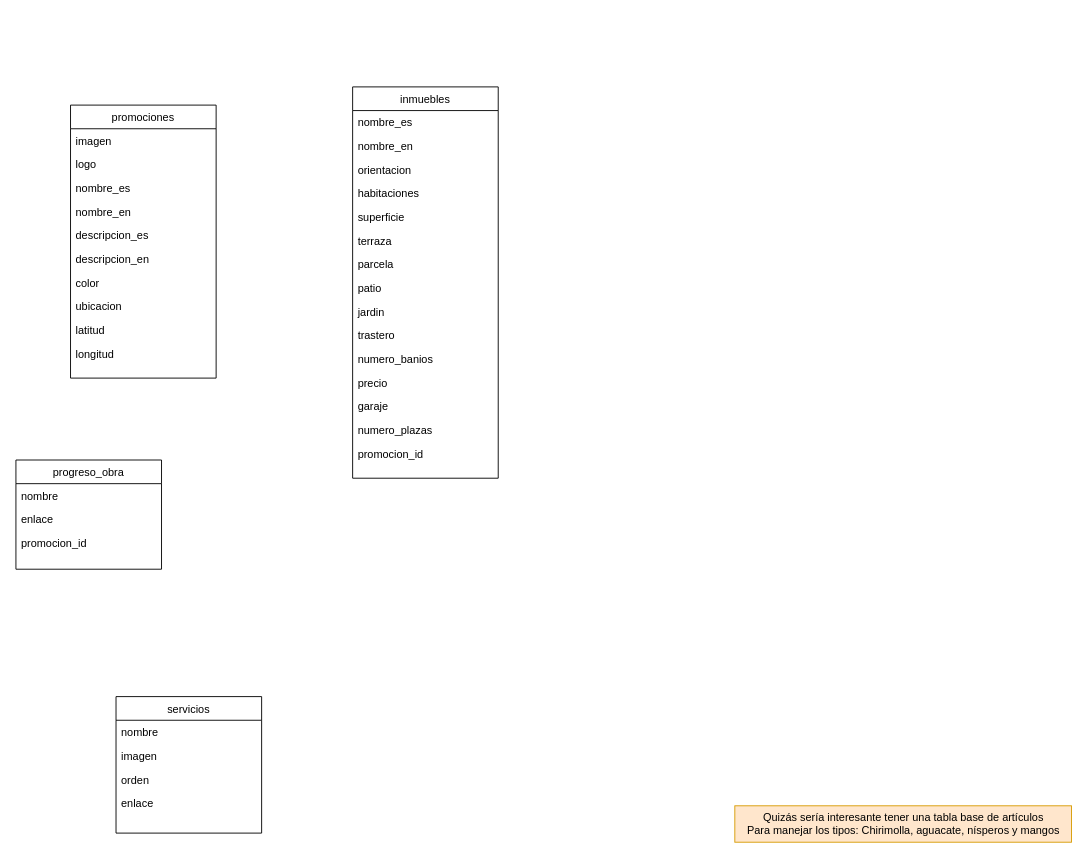
Above: Diagrama sin título.drawio in abdell1999/blog (draw.io), before the change. Source tidied: cells renumbered, new cells numbered last; positions are measured from the earlier drawing's top-left corner, leaving out a move shared by most shapes. Both pictures are drawn from the tidied source at 91%, with x=0, y=0 at pixel (15, 86).
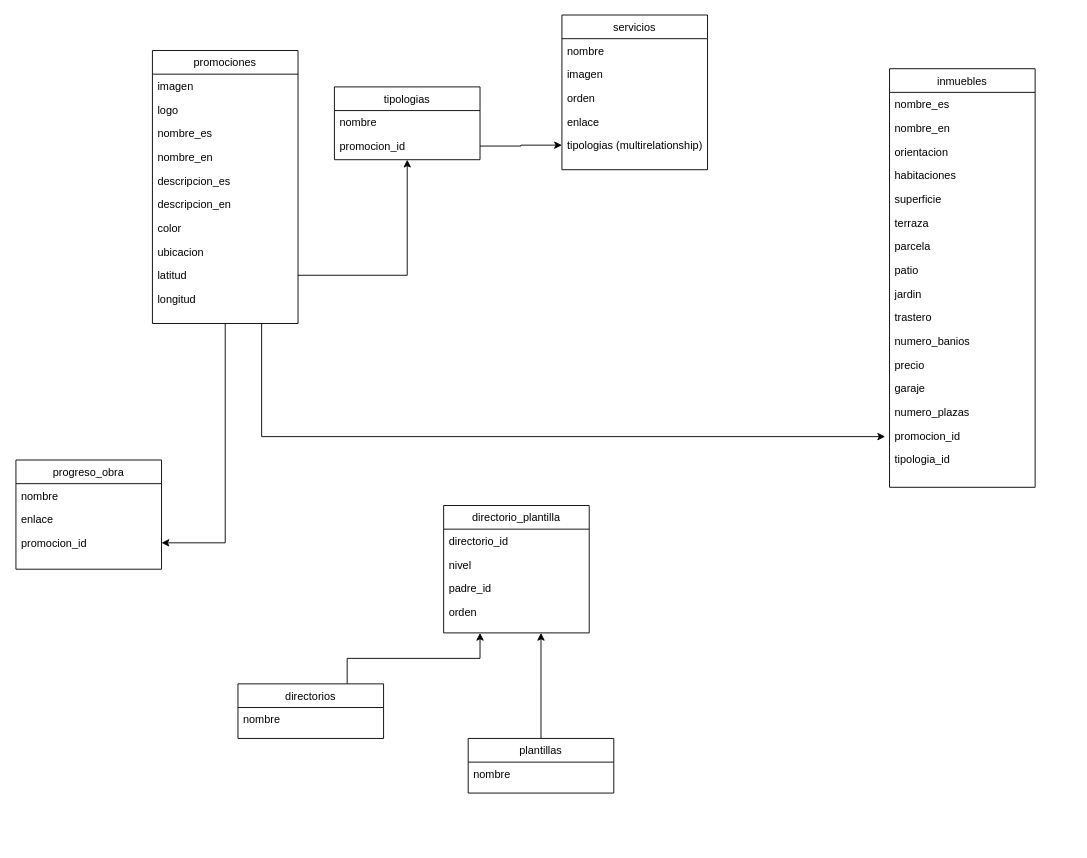
The same page after the edit.

Unchanged cells that the change refers to:
```xml
<mxCell id="11" value="latitud" style="text;align=left;verticalAlign=top;spacingLeft=4;spacingRight=4;overflow=hidden;points=[[0,0.5],[1,0.5]];portConstraint=eastwest;rounded=0;shadow=0;html=0;" parent="2" vertex="1">
  <mxGeometry y="234" width="160" height="26" as="geometry" />
</mxCell>
<mxCell id="29" value="promocion_id" style="text;align=left;verticalAlign=top;spacingLeft=4;spacingRight=4;overflow=hidden;points=[[0,0.5],[1,0.5]];portConstraint=eastwest;rounded=0;shadow=0;html=0;" parent="14" vertex="1">
  <mxGeometry y="390" width="160" height="26" as="geometry" />
</mxCell>
<mxCell id="33" value="promocion_id" style="text;align=left;verticalAlign=top;spacingLeft=4;spacingRight=4;overflow=hidden;points=[[0,0.5],[1,0.5]];portConstraint=eastwest;rounded=0;shadow=0;html=0;" parent="30" vertex="1">
  <mxGeometry y="78" width="160" height="26" as="geometry" />
</mxCell>
```

Change to the diagram source:
```diff
@@
+    <mxCell id="39" style="edgeStyle=orthogonalEdgeStyle;rounded=0;jettySize=auto;html=1;exitX=0.75;exitY=1;exitDx=0;exitDy=0;entryX=-0.03;entryY=0.55;entryDx=0;entryDy=0;entryPerimeter=0;" parent="1" edge="1" source="2" target="29">
+      <mxGeometry relative="1" as="geometry" />
+    </mxCell>
+    <mxCell id="40" style="edgeStyle=orthogonalEdgeStyle;rounded=0;jettySize=auto;html=1;exitX=0.5;exitY=1;exitDx=0;exitDy=0;entryX=1;entryY=0.5;entryDx=0;entryDy=0;" parent="1" edge="1" source="2" target="33">
+      <mxGeometry relative="1" as="geometry" />
+    </mxCell>
     <mxCell id="2" value="promociones" style="swimlane;fontStyle=0;align=center;verticalAlign=top;horizontal=1;startSize=26;rounded=0;shadow=0;strokeWidth=1;" parent="1" vertex="1">
-      <mxGeometry x="60" y="20" width="160" height="300" as="geometry" />
+      <mxGeometry x="150" y="-40" width="160" height="300" as="geometry" />
     </mxCell>
@@
-    <mxCell id="13" value="Quizás sería interesante tener una tabla base de artículos&lt;br&gt;Para manejar los tipos: Chirimolla, aguacate, nísperos y mangos" style="text;html=1;align=center;verticalAlign=middle;strokeColor=#d79b00;fillColor=#ffe6cc;" parent="1" vertex="1">
-      <mxGeometry x="790" y="790" width="370" height="40" as="geometry" />
-    </mxCell>
     <mxCell id="14" value="inmuebles" style="swimlane;fontStyle=0;align=center;verticalAlign=top;horizontal=1;startSize=26;rounded=0;shadow=0;strokeWidth=1;" parent="1" vertex="1">
-      <mxGeometry x="370" width="160" height="430" as="geometry" />
+      <mxGeometry x="960" y="-20" width="160" height="460" as="geometry" />
     </mxCell>
@@
+    <mxCell id="41" value="tipologia_id" style="text;align=left;verticalAlign=top;spacingLeft=4;spacingRight=4;overflow=hidden;rounded=0;shadow=0;html=0;" parent="14" vertex="1">
+      <mxGeometry y="416" width="160" height="26" as="geometry" />
+    </mxCell>
@@
     <mxCell id="34" value="servicios" style="swimlane;fontStyle=0;align=center;verticalAlign=top;horizontal=1;startSize=26;rounded=0;shadow=0;strokeWidth=1;" parent="1" vertex="1">
-      <mxGeometry x="110" y="670" width="160" height="150" as="geometry" />
+      <mxGeometry x="600" y="-79" width="160" height="170" as="geometry" />
     </mxCell>
@@
+    <mxCell id="42" value="tipologias (multirelationship)" style="text;align=left;verticalAlign=top;spacingLeft=4;spacingRight=4;overflow=hidden;points=[[0,0.5],[1,0.5]];portConstraint=eastwest;rounded=0;shadow=0;html=0;" parent="34" vertex="1">
+      <mxGeometry y="130" width="160" height="26" as="geometry" />
+    </mxCell>
+    <mxCell id="43" value="directorio_plantilla" style="swimlane;fontStyle=0;align=center;verticalAlign=top;horizontal=1;startSize=26;rounded=0;shadow=0;strokeWidth=1;" parent="1" vertex="1">
+      <mxGeometry x="470" y="460" width="160" height="140" as="geometry" />
+    </mxCell>
+    <mxCell id="44" value="directorio_id" style="text;align=left;verticalAlign=top;spacingLeft=4;spacingRight=4;overflow=hidden;" parent="43" vertex="1">
+      <mxGeometry y="26" width="160" height="26" as="geometry" />
+    </mxCell>
+    <mxCell id="45" value="nivel" style="text;align=left;verticalAlign=top;spacingLeft=4;spacingRight=4;overflow=hidden;rounded=0;shadow=0;html=0;" parent="43" vertex="1">
+      <mxGeometry y="52" width="160" height="26" as="geometry" />
+    </mxCell>
+    <mxCell id="46" value="padre_id" style="text;align=left;verticalAlign=top;spacingLeft=4;spacingRight=4;overflow=hidden;rounded=0;shadow=0;html=0;" parent="43" vertex="1">
+      <mxGeometry y="78" width="160" height="26" as="geometry" />
+    </mxCell>
+    <mxCell id="47" value="orden" style="text;align=left;verticalAlign=top;spacingLeft=4;spacingRight=4;overflow=hidden;rounded=0;shadow=0;html=0;" parent="43" vertex="1">
+      <mxGeometry y="104" width="160" height="26" as="geometry" />
+    </mxCell>
+    <mxCell id="48" style="edgeStyle=orthogonalEdgeStyle;rounded=0;jettySize=auto;html=1;exitX=0.75;exitY=0;exitDx=0;exitDy=0;entryX=0.25;entryY=1;entryDx=0;entryDy=0;" parent="1" edge="1" source="49" target="43">
+      <mxGeometry relative="1" as="geometry" />
+    </mxCell>
+    <mxCell id="49" value="directorios" style="swimlane;fontStyle=0;align=center;verticalAlign=top;horizontal=1;startSize=26;rounded=0;shadow=0;strokeWidth=1;" parent="1" vertex="1">
+      <mxGeometry x="244" y="656" width="160" height="60" as="geometry" />
+    </mxCell>
+    <mxCell id="50" value="nombre" style="text;align=left;verticalAlign=top;spacingLeft=4;spacingRight=4;overflow=hidden;" parent="49" vertex="1">
+      <mxGeometry y="26" width="160" height="26" as="geometry" />
+    </mxCell>
+    <mxCell id="51" style="edgeStyle=orthogonalEdgeStyle;rounded=0;jettySize=auto;html=1;exitX=0.5;exitY=0;exitDx=0;exitDy=0;" parent="1" edge="1" source="52">
+      <mxGeometry relative="1" as="geometry">
+        <mxPoint x="577" y="600" as="targetPoint" />
+      </mxGeometry>
+    </mxCell>
+    <mxCell id="52" value="plantillas" style="swimlane;fontStyle=0;align=center;verticalAlign=top;horizontal=1;startSize=26;rounded=0;shadow=0;strokeWidth=1;" parent="1" vertex="1">
+      <mxGeometry x="497" y="716" width="160" height="60" as="geometry" />
+    </mxCell>
+    <mxCell id="53" value="nombre" style="text;align=left;verticalAlign=top;spacingLeft=4;spacingRight=4;overflow=hidden;" parent="52" vertex="1">
+      <mxGeometry y="26" width="160" height="26" as="geometry" />
+    </mxCell>
+    <mxCell id="54" value="tipologias" style="swimlane;fontStyle=0;align=center;verticalAlign=top;horizontal=1;startSize=26;rounded=0;shadow=0;strokeWidth=1;" parent="1" vertex="1">
+      <mxGeometry x="350" width="160" height="80" as="geometry" />
+    </mxCell>
+    <mxCell id="55" value="nombre" style="text;align=left;verticalAlign=top;spacingLeft=4;spacingRight=4;overflow=hidden;" parent="54" vertex="1">
+      <mxGeometry y="26" width="160" height="26" as="geometry" />
+    </mxCell>
+    <mxCell id="56" value="promocion_id" style="text;align=left;verticalAlign=top;spacingLeft=4;spacingRight=4;overflow=hidden;points=[[0,0.5],[1,0.5]];portConstraint=eastwest;" parent="54" vertex="1">
+      <mxGeometry y="52" width="160" height="26" as="geometry" />
+    </mxCell>
+    <mxCell id="57" style="edgeStyle=orthogonalEdgeStyle;rounded=0;jettySize=auto;html=1;exitX=1;exitY=0.5;exitDx=0;exitDy=0;entryX=0;entryY=0.5;entryDx=0;entryDy=0;" parent="1" edge="1" source="56" target="42">
+      <mxGeometry relative="1" as="geometry" />
+    </mxCell>
+    <mxCell id="58" style="edgeStyle=orthogonalEdgeStyle;rounded=0;jettySize=auto;html=1;exitX=1;exitY=0.5;exitDx=0;exitDy=0;entryX=0.5;entryY=1;entryDx=0;entryDy=0;" parent="1" edge="1" source="11" target="54">
+      <mxGeometry relative="1" as="geometry" />
+    </mxCell>
```
